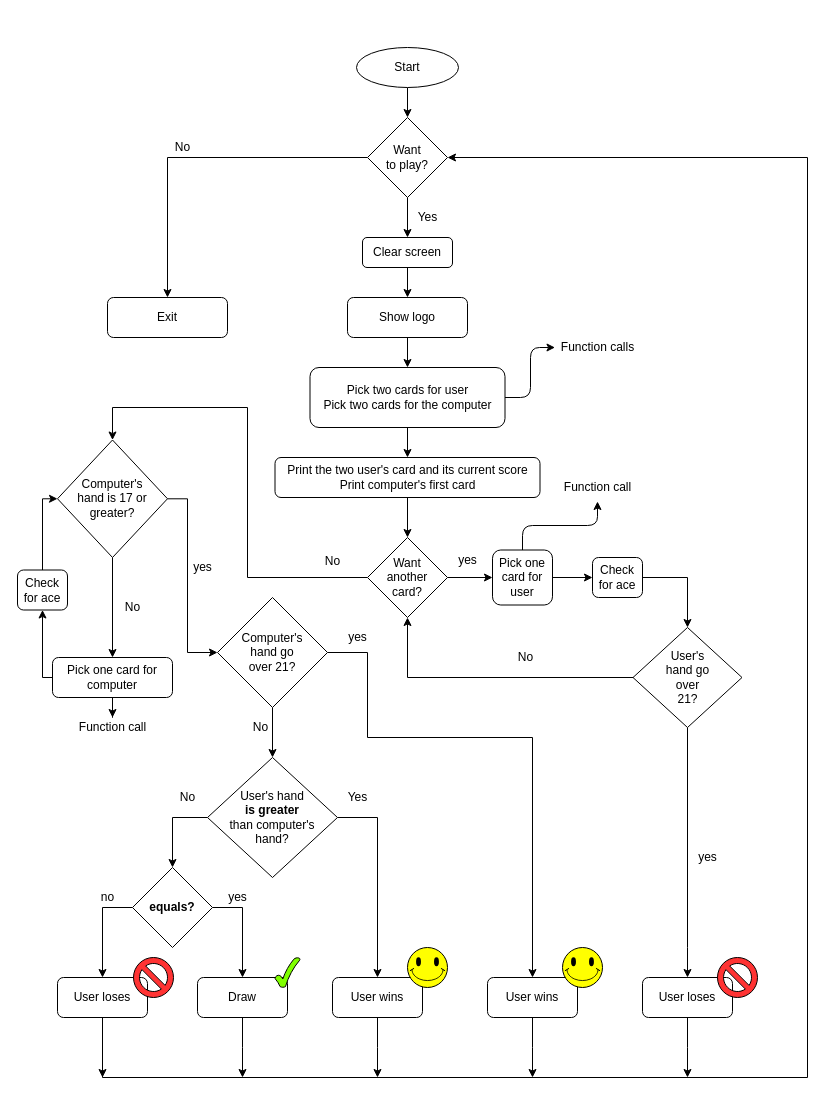
Earlier version of the draw.io diagram blackjack.drawio (wellspr/flowcharts). Source tidied: cells renumbered, new cells numbered last; positions are measured from the earlier drawing's top-left corner, leaving out a move shared by most shapes. Both pictures are drawn from the tidied source at 100%, with x=0, y=0 at pixel (17, 47).
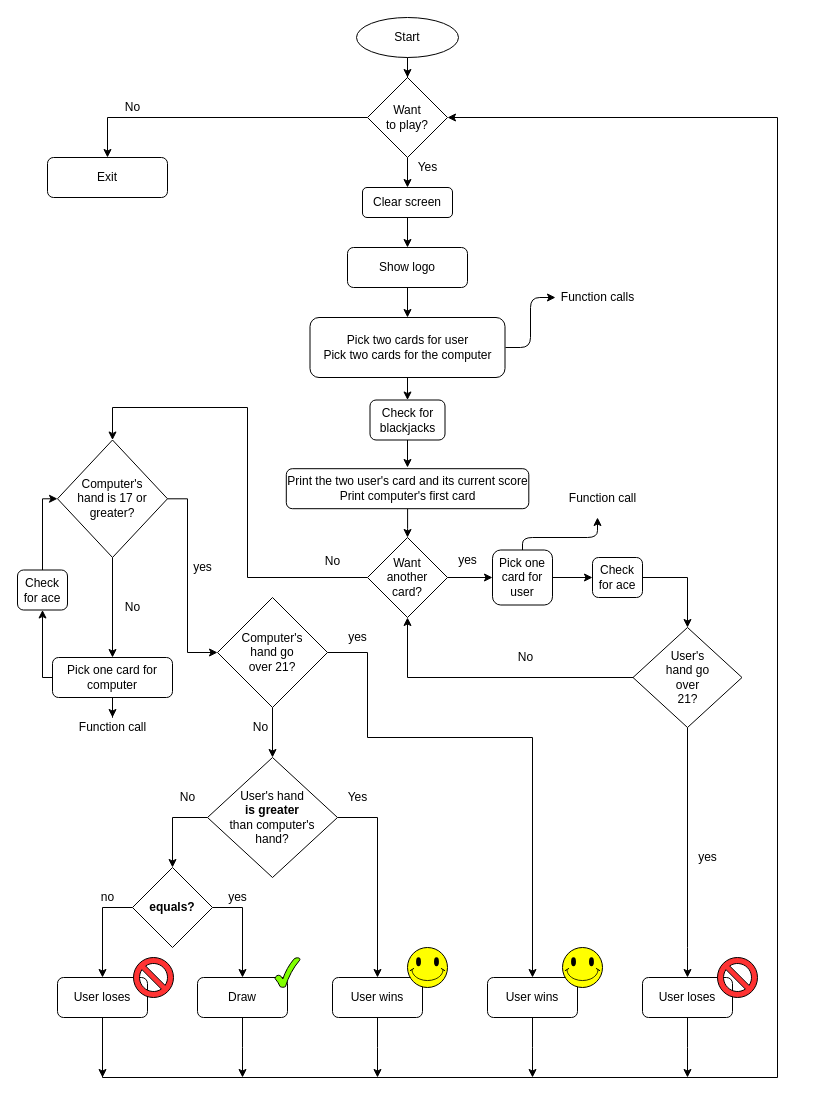
Above is the later version.

The change refers to these unchanged cells:
```xml
<mxCell id="16" value="Pick one card for user" style="rounded=1;whiteSpace=wrap;html=1;" parent="1" vertex="1">
  <mxGeometry x="475" y="502.5" width="60" height="55" as="geometry" />
</mxCell>
<mxCell id="46" value="User loses" style="rounded=1;whiteSpace=wrap;html=1;" parent="1" vertex="1">
  <mxGeometry x="40" y="930" width="90" height="40" as="geometry" />
</mxCell>
```

The edit, as a diff of the source:
```diff
@@
     <mxCell id="3" value="Show logo" style="rounded=1;whiteSpace=wrap;html=1;" parent="1" vertex="1">
-      <mxGeometry x="330" y="250" width="120" height="40" as="geometry" />
+      <mxGeometry x="330" y="200" width="120" height="40" as="geometry" />
     </mxCell>
@@
     <mxCell id="6" value="Want &lt;br&gt;to play?" style="rhombus;whiteSpace=wrap;html=1;" parent="1" vertex="1">
-      <mxGeometry x="350" y="70" width="80" height="80" as="geometry" />
+      <mxGeometry x="350" y="30" width="80" height="80" as="geometry" />
     </mxCell>
     <mxCell id="7" value="Yes" style="text;html=1;align=center;verticalAlign=middle;" parent="1" vertex="1">
-      <mxGeometry x="390" y="160" width="40" height="20" as="geometry" />
+      <mxGeometry x="390" y="110" width="40" height="20" as="geometry" />
     </mxCell>
     <mxCell id="8" value="Exit" style="rounded=1;whiteSpace=wrap;html=1;" parent="1" vertex="1">
-      <mxGeometry x="90" y="250" width="120" height="40" as="geometry" />
+      <mxGeometry x="30" y="110" width="120" height="40" as="geometry" />
     </mxCell>
     <mxCell id="9" value="No" style="text;html=1;align=center;verticalAlign=middle;" parent="1" vertex="1">
-      <mxGeometry x="150" y="90" width="30" height="20" as="geometry" />
+      <mxGeometry x="100" y="50" width="30" height="20" as="geometry" />
     </mxCell>
-    <mxCell id="10" style="edgeStyle=orthogonalEdgeStyle;rounded=0;jettySize=auto;html=1;entryX=0.5;entryY=0;entryDx=0;entryDy=0;" parent="1" edge="1" source="11" target="13">
-      <mxGeometry relative="1" as="geometry" />
-    </mxCell>
+    <mxCell id="78" style="edgeStyle=orthogonalEdgeStyle;rounded=0;jettySize=auto;html=1;" parent="1" edge="1" source="11" target="80">
+      <mxGeometry relative="1" as="geometry" />
+    </mxCell>
     <mxCell id="11" value="Pick two cards for user&lt;br&gt;Pick two cards for the computer" style="rounded=1;whiteSpace=wrap;html=1;" parent="1" vertex="1">
-      <mxGeometry x="292.5" y="320" width="195" height="60" as="geometry" />
+      <mxGeometry x="292.5" y="270" width="195" height="60" as="geometry" />
     </mxCell>
@@
     <mxCell id="13" value="Print the two user's card and its current score&lt;br&gt;Print computer's first card" style="rounded=1;whiteSpace=wrap;html=1;" parent="1" vertex="1">
-      <mxGeometry x="257.5" y="410" width="265" height="40" as="geometry" />
+      <mxGeometry x="268.8" y="421.2" width="242.5" height="40" as="geometry" />
     </mxCell>
@@
     <mxCell id="25" value="Start" style="ellipse;whiteSpace=wrap;html=1;" parent="1" vertex="1">
-      <mxGeometry x="339" width="102" height="40" as="geometry" />
+      <mxGeometry x="339" y="-30" width="102" height="40" as="geometry" />
     </mxCell>
@@
     <mxCell id="44" style="edgeStyle=orthogonalEdgeStyle;rounded=0;jettySize=auto;html=1;entryX=1;entryY=0.5;entryDx=0;entryDy=0;" parent="1" edge="1" source="46" target="6">
       <mxGeometry relative="1" as="geometry">
         <Array as="points">
           <mxPoint x="85" y="1030" />
-          <mxPoint x="790" y="1030" />
-          <mxPoint x="790" y="110" />
+          <mxPoint x="760" y="1030" />
+          <mxPoint x="760" y="70" />
         </Array>
       </mxGeometry>
     </mxCell>
@@
     <mxCell id="61" value="Clear screen" style="rounded=1;whiteSpace=wrap;html=1;fillColor=#FFFFFF;" parent="1" vertex="1">
-      <mxGeometry x="345" y="190" width="90" height="30" as="geometry" />
+      <mxGeometry x="345" y="140" width="90" height="30" as="geometry" />
     </mxCell>
     <mxCell id="62" value="Function calls" style="text;html=1;align=center;verticalAlign=middle;" parent="1" vertex="1">
-      <mxGeometry x="535" y="290" width="90" height="20" as="geometry" />
+      <mxGeometry x="535" y="240" width="90" height="20" as="geometry" />
     </mxCell>
     <mxCell id="63" value="Function call" style="text;html=1;align=center;verticalAlign=middle;" parent="1" vertex="1">
-      <mxGeometry x="540" y="430" width="80" height="20" as="geometry" />
+      <mxGeometry x="545" y="441.2" width="80" height="20" as="geometry" />
     </mxCell>
     <mxCell id="64" style="edgeStyle=elbowEdgeStyle;elbow=vertical;endArrow=classic;html=1;exitX=0.5;exitY=0;exitDx=0;exitDy=0;" parent="1" edge="1" source="16">
       <mxGeometry relative="1" as="geometry">
-        <mxPoint x="580" y="454" as="targetPoint" />
+        <mxPoint x="580" y="470" as="targetPoint" />
+        <Array as="points">
+          <mxPoint x="540" y="490" />
+        </Array>
       </mxGeometry>
     </mxCell>
     <mxCell id="65" style="edgeStyle=elbowEdgeStyle;elbow=horizontal;endArrow=classic;html=1;" parent="1" edge="1">
       <mxGeometry relative="1" as="geometry">
-        <mxPoint x="487.5" y="350" as="sourcePoint" />
-        <mxPoint x="537.5" y="300" as="targetPoint" />
+        <mxPoint x="488" y="300" as="sourcePoint" />
+        <mxPoint x="538" y="250" as="targetPoint" />
       </mxGeometry>
     </mxCell>
@@
+    <mxCell id="79" style="edgeStyle=orthogonalEdgeStyle;rounded=0;jettySize=auto;html=1;" parent="1" edge="1" source="80">
+      <mxGeometry relative="1" as="geometry">
+        <mxPoint x="390" y="420" as="targetPoint" />
+      </mxGeometry>
+    </mxCell>
+    <mxCell id="80" value="Check for &lt;br&gt;blackjacks" style="rounded=1;whiteSpace=wrap;html=1;fillColor=#FFFFFF;" parent="1" vertex="1">
+      <mxGeometry x="352.5" y="352.5" width="75" height="40" as="geometry" />
+    </mxCell>
```
